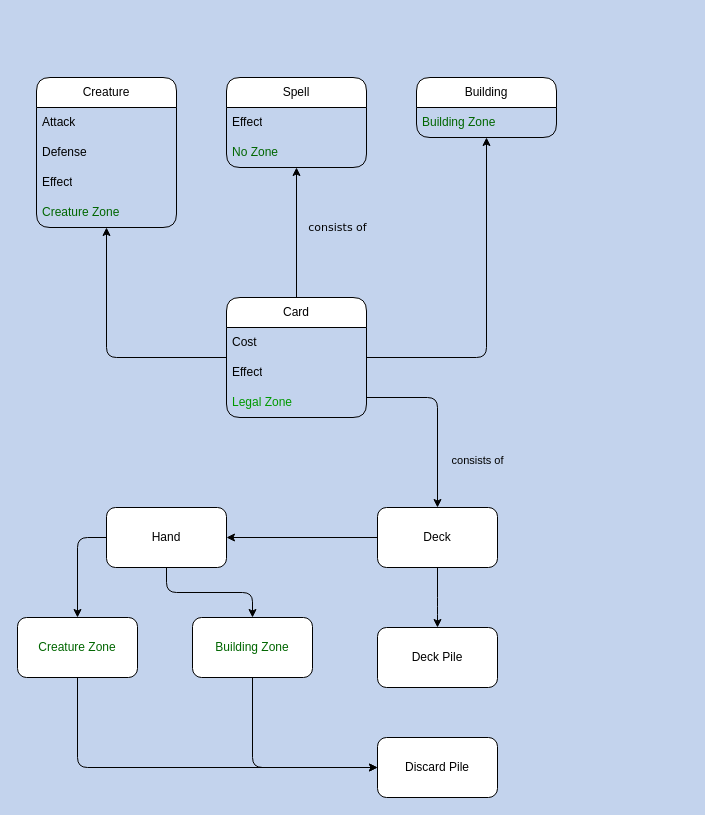
This is Card-Wars-Diagram.drawio from kiinii-pixel/Card-Wars, a draw.io file, before an edit. Source tidied: cells renumbered, new cells numbered last; positions are measured from the earlier drawing's top-left corner, leaving out a move shared by most shapes. Both pictures are drawn from the tidied source at 100%, with x=0, y=0 at pixel (17, 77).
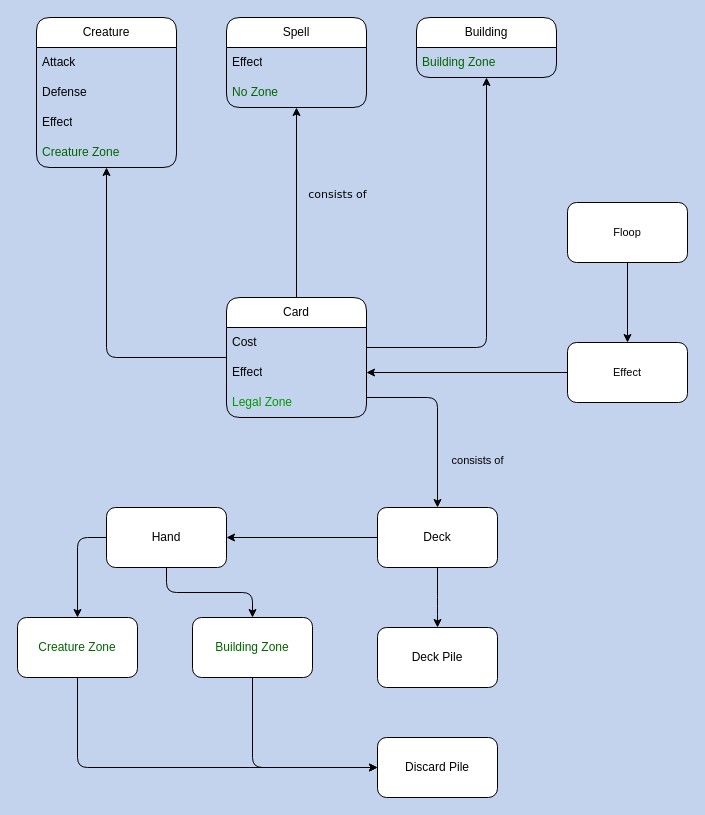
Above is the later version.

The change refers to these unchanged cells:
```xml
<mxCell id="6" value="&lt;div&gt;Card&lt;/div&gt;" style="swimlane;fontStyle=0;horizontal=1;startSize=30;whiteSpace=wrap;html=1;rounded=1;labelBackgroundColor=default;fillColor=default;" parent="1" vertex="1">
  <mxGeometry x="209" y="220" width="140" height="120" as="geometry" />
</mxCell>
<mxCell id="8" value="Effect" style="text;strokeColor=none;fillColor=none;align=left;verticalAlign=middle;spacingLeft=4;spacingRight=4;overflow=hidden;points=[[0,0.5],[1,0.5]];portConstraint=eastwest;whiteSpace=wrap;html=1;" parent="6" vertex="1">
  <mxGeometry y="60" width="140" height="30" as="geometry" />
</mxCell>
<mxCell id="19" value="Building Zone" style="text;strokeColor=none;fillColor=none;align=left;verticalAlign=middle;spacingLeft=4;spacingRight=4;overflow=hidden;points=[[0,0.5],[1,0.5]];portConstraint=eastwest;whiteSpace=wrap;html=1;fontColor=#006600;" parent="18" vertex="1">
  <mxGeometry y="30" width="140" height="30" as="geometry" />
</mxCell>
```

The edit, as a diff of the source:
```diff
@@
     <mxCell id="4" style="edgeStyle=orthogonalEdgeStyle;shape=connector;rounded=1;jettySize=auto;html=1;labelBackgroundColor=default;strokeColor=default;align=center;verticalAlign=middle;fontFamily=Helvetica;fontSize=11;fontColor=default;endArrow=classic;" parent="1" edge="1" source="6" target="19">
       <mxGeometry relative="1" as="geometry">
         <Array as="points">
-          <mxPoint x="469" y="280" />
+          <mxPoint x="469" y="270" />
         </Array>
       </mxGeometry>
     </mxCell>
@@
     <mxCell id="10" value="Creature" style="swimlane;fontStyle=0;horizontal=1;startSize=30;whiteSpace=wrap;html=1;rounded=1;" parent="1" vertex="1">
-      <mxGeometry x="19" width="140" height="150" as="geometry" />
+      <mxGeometry x="19" y="-60" width="140" height="150" as="geometry" />
     </mxCell>
@@
     <mxCell id="15" value="Spell" style="swimlane;fontStyle=0;horizontal=1;startSize=30;whiteSpace=wrap;html=1;rounded=1;" parent="1" vertex="1">
-      <mxGeometry x="209" width="140" height="90" as="geometry" />
+      <mxGeometry x="209" y="-60" width="140" height="90" as="geometry" />
     </mxCell>
@@
     <mxCell id="18" value="&lt;div&gt;Building&lt;/div&gt;" style="swimlane;fontStyle=0;horizontal=1;startSize=30;whiteSpace=wrap;html=1;rounded=1;" parent="1" vertex="1">
-      <mxGeometry x="399" width="140" height="60" as="geometry" />
+      <mxGeometry x="399" y="-60" width="140" height="60" as="geometry" />
     </mxCell>
@@
+    <mxCell id="32" style="edgeStyle=orthogonalEdgeStyle;shape=connector;rounded=1;jettySize=auto;html=1;labelBackgroundColor=none;strokeColor=default;align=center;verticalAlign=middle;fontFamily=Helvetica;fontSize=11;fontColor=default;endArrow=classic;" parent="1" edge="1" source="33" target="8">
+      <mxGeometry relative="1" as="geometry" />
+    </mxCell>
+    <mxCell id="33" value="Effect" style="rounded=1;whiteSpace=wrap;html=1;fontFamily=Helvetica;fontSize=11;fontColor=default;" parent="1" vertex="1">
+      <mxGeometry x="550" y="265" width="120" height="60" as="geometry" />
+    </mxCell>
+    <mxCell id="34" style="edgeStyle=orthogonalEdgeStyle;shape=connector;rounded=1;jettySize=auto;html=1;entryX=0.5;entryY=0;entryDx=0;entryDy=0;labelBackgroundColor=none;strokeColor=default;align=center;verticalAlign=middle;fontFamily=Helvetica;fontSize=11;fontColor=default;endArrow=classic;" parent="1" edge="1" source="35" target="33">
+      <mxGeometry relative="1" as="geometry" />
+    </mxCell>
+    <mxCell id="35" value="Floop" style="whiteSpace=wrap;html=1;fontSize=11;rounded=1;" parent="1" vertex="1">
+      <mxGeometry x="550" y="125" width="120" height="60" as="geometry" />
+    </mxCell>
```
